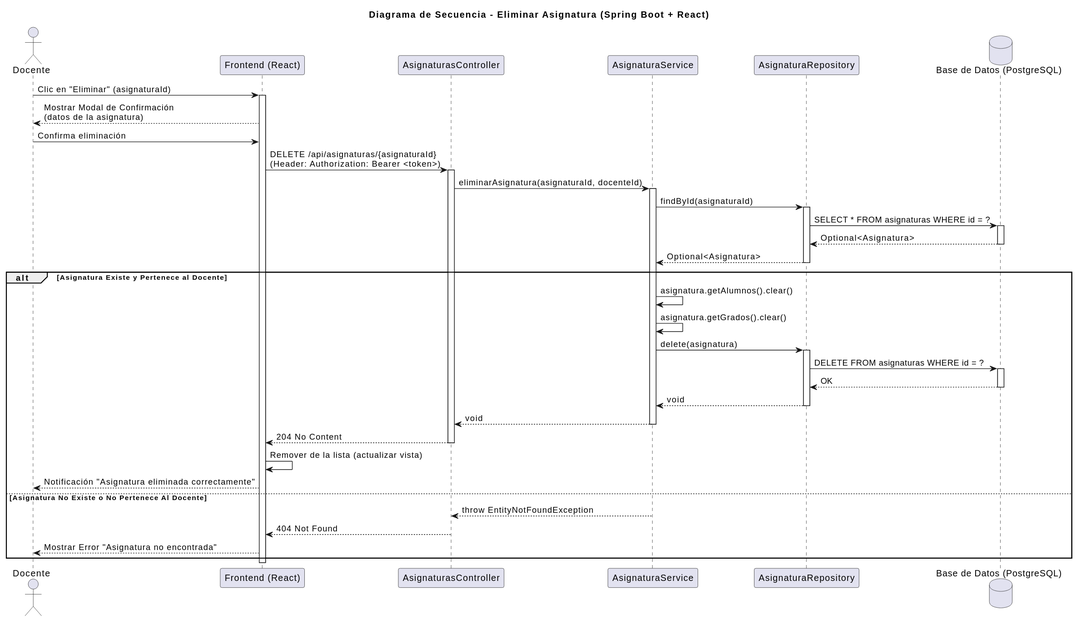
martinlopez7/25-26-idsw2-sdVC keeps this PlantUML diagram as images/diseño/eliminarAsignatura/secuencia.svg. Above is the earlier version.
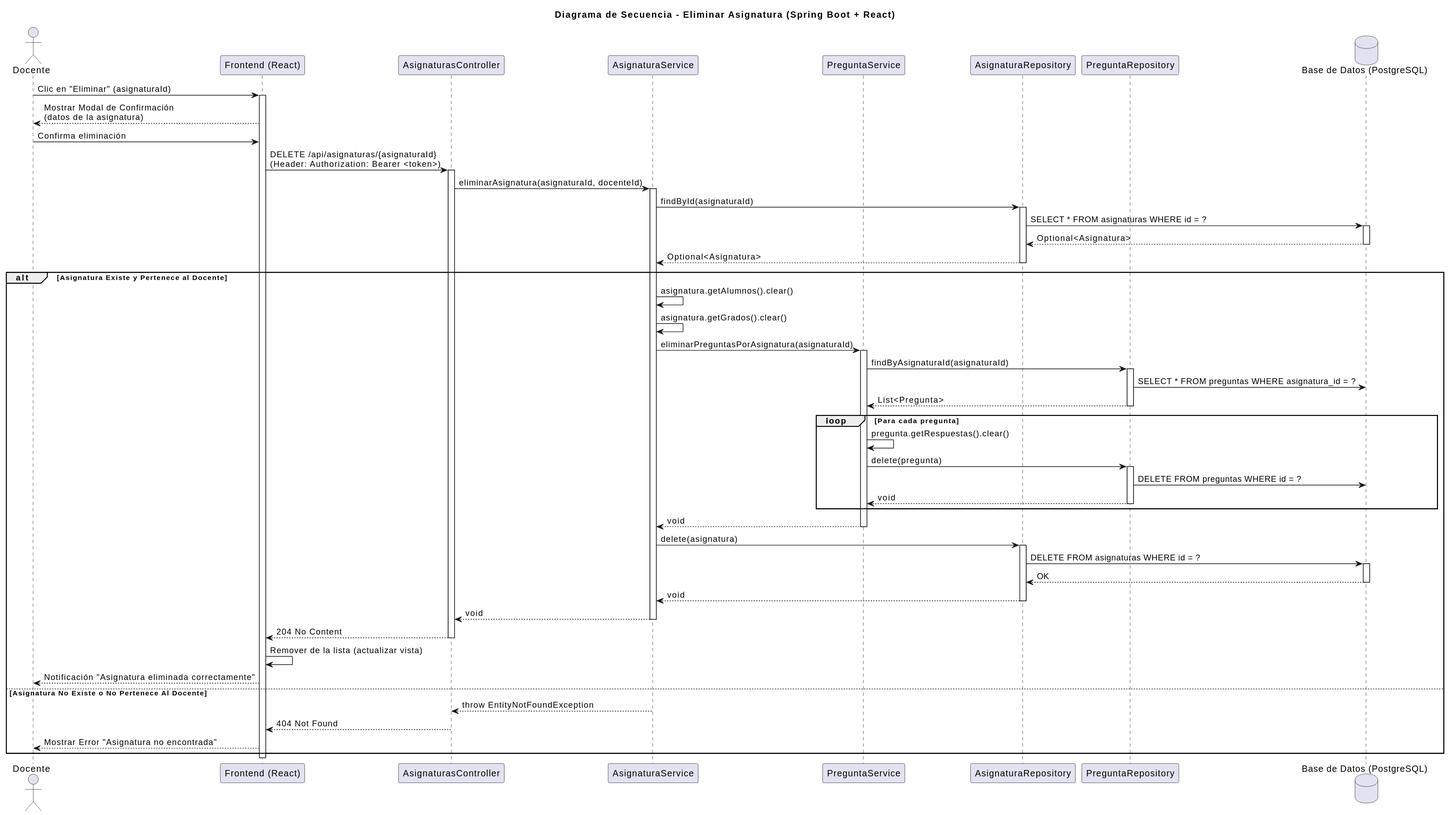
The same diagram one commit later.

The edit, as a diff of the source:
```diff
@@ -5,7 +5,9 @@
 participant "Frontend (React)" as FE
 participant "AsignaturasController" as Controller
 participant "AsignaturaService" as Service
+participant "PreguntaService" as PreguntaService
 participant "AsignaturaRepository" as Repo
+participant "PreguntaRepository" as PreguntaRepo
 database "Base de Datos (PostgreSQL)" as DB
 
 Teacher -> FE: Clic en "Eliminar" (asignaturaId)
@@ -27,6 +29,23 @@
 alt Asignatura Existe y Pertenece al Docente
     Service -> Service: asignatura.getAlumnos().clear()
     Service -> Service: asignatura.getGrados().clear()
+    Service -> PreguntaService: eliminarPreguntasPorAsignatura(asignaturaId)
+    activate PreguntaService
+    PreguntaService -> PreguntaRepo: findByAsignaturaId(asignaturaId)
+    activate PreguntaRepo
+    PreguntaRepo -> DB: SELECT * FROM preguntas WHERE asignatura_id = ?
+    PreguntaRepo --> PreguntaService: List<Pregunta>
+    deactivate PreguntaRepo
+    loop Para cada pregunta
+        PreguntaService -> PreguntaService: pregunta.getRespuestas().clear()
+        PreguntaService -> PreguntaRepo: delete(pregunta)
+        activate PreguntaRepo
+        PreguntaRepo -> DB: DELETE FROM preguntas WHERE id = ?
+        PreguntaRepo --> PreguntaService: void
+        deactivate PreguntaRepo
+    end
+    PreguntaService --> Service: void
+    deactivate PreguntaService
     Service -> Repo: delete(asignatura)
     activate Repo
     Repo -> DB: DELETE FROM asignaturas WHERE id = ?
```
